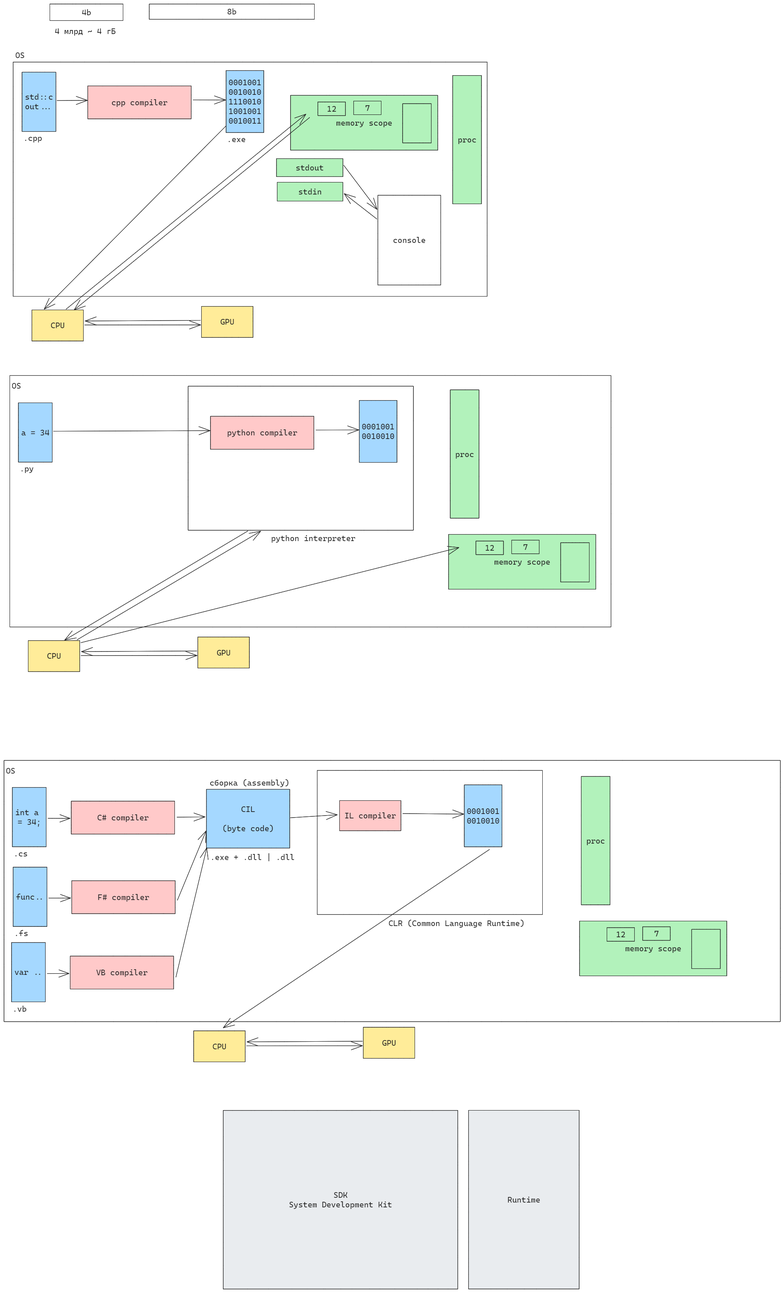
Before: img/00_intro.excalidraw.png, a diagram exported from Excalidraw (silvercodes/p32_dotnet_cs). Source tidied: one line per element, renumbered; positions are measured from the earlier drawing's top-left corner, leaving out a move shared by most shapes.
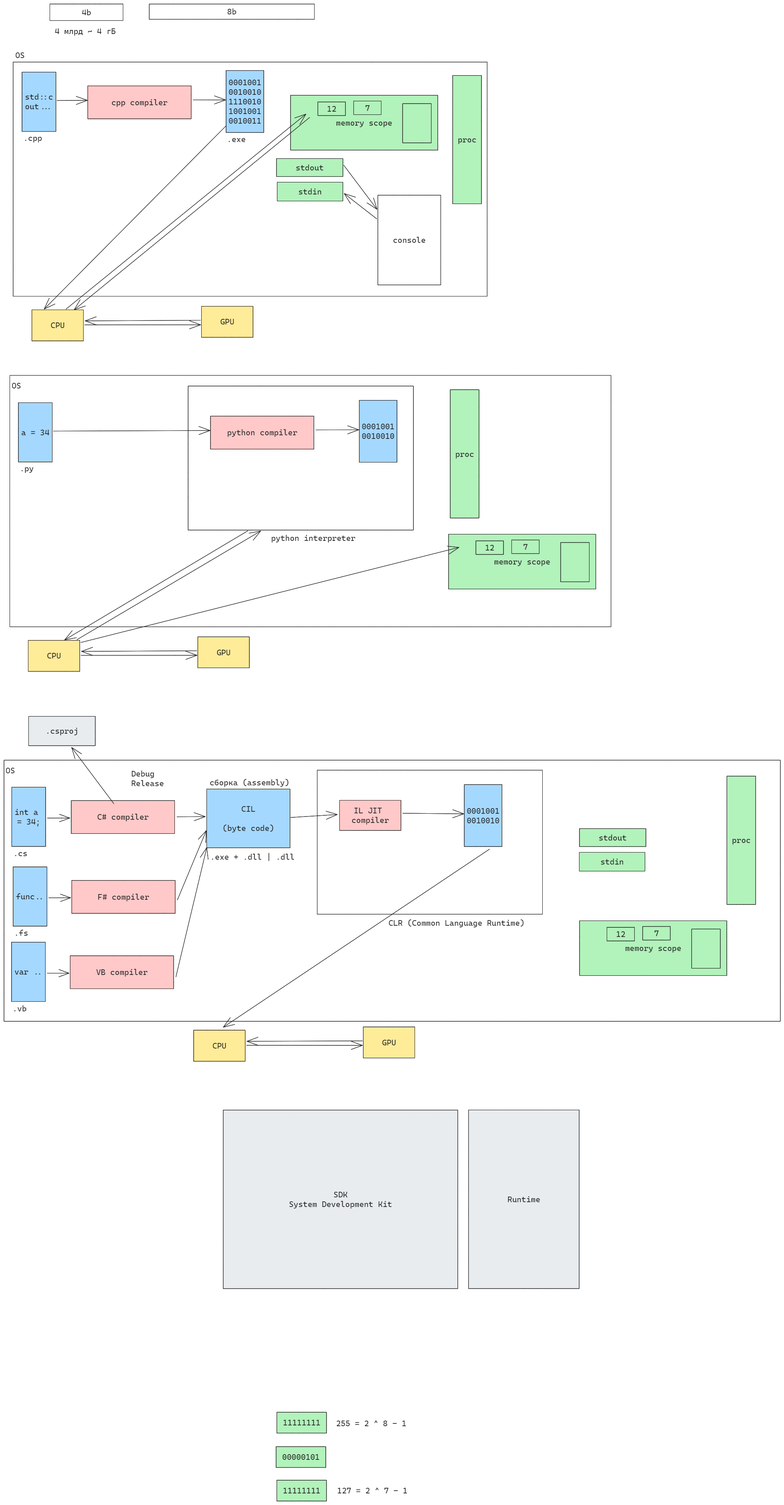
After the commit.

Change to the diagram source:
```diff
@@ -73,31 +73,31 @@
 {"id": 72, "type": "arrow", "strokeColor": "#1e1e1e", "strokeWidth": 1, "roughness": 0, "endArrowhead": "arrow", "from": 54, "to": 69, "x": 182, "y": 1589, "width": 459, "height": 272, "points": [[0, 0], [459, -272]]}
 {"id": 73, "type": "arrow", "strokeColor": "#1e1e1e", "strokeWidth": 1, "roughness": 0, "endArrowhead": "arrow", "from": 54, "x": 192, "y": 1596, "width": 945, "height": 238, "points": [[0, 0], [945, -238]]}
 {"id": 74, "type": "rectangle", "strokeColor": "#1e1e1e", "strokeWidth": 1, "roughness": 0, "x": 0, "y": 1890, "width": 1940, "height": 653}
-{"id": 75, "type": "text", "text": "OS", "strokeColor": "#1e1e1e", "strokeWidth": 1, "roughness": 0, "fontSize": 20, "fontFamily": 3, "x": 5, "y": 1904, "width": 23, "height": 24}
+{"id": 75, "type": "text", "text": "OS", "strokeColor": "#1e1e1e", "strokeWidth": 1, "roughness": 0, "fontSize": 20, "fontFamily": 3, "x": 4, "y": 1904, "width": 23, "height": 24}
-{"id": 76, "type": "rectangle", "strokeColor": "#1e1e1e", "backgroundColor": "#a5d8ff", "fillStyle": "solid", "strokeWidth": 1, "roughness": 0, "x": 21, "y": 1958, "width": 85, "height": 148}
+{"id": 76, "type": "rectangle", "strokeColor": "#1e1e1e", "backgroundColor": "#a5d8ff", "fillStyle": "solid", "strokeWidth": 1, "roughness": 0, "x": 19, "y": 1958, "width": 85, "height": 148}
-{"id": 77, "type": "text", "text": "int a \n= 34;", "strokeColor": "#1e1e1e", "backgroundColor": "#a5d8ff", "fillStyle": "solid", "strokeWidth": 1, "roughness": 0, "fontSize": 20, "fontFamily": 3, "textAlign": "center", "verticalAlign": "middle", "inside": 76, "x": 28, "y": 2008, "width": 70, "height": 48}
+{"id": 77, "type": "text", "text": "int a \n= 34;", "strokeColor": "#1e1e1e", "backgroundColor": "#a5d8ff", "fillStyle": "solid", "strokeWidth": 1, "roughness": 0, "fontSize": 20, "fontFamily": 3, "textAlign": "center", "verticalAlign": "middle", "inside": 76, "x": 27, "y": 2008, "width": 70, "height": 48}
 {"id": 78, "type": "rectangle", "strokeColor": "#1e1e1e", "backgroundColor": "#ffc9c9", "fillStyle": "solid", "strokeWidth": 1, "roughness": 0, "x": 838, "y": 1990, "width": 153, "height": 75}
-{"id": 79, "type": "text", "text": "IL compiler", "strokeColor": "#1e1e1e", "backgroundColor": "#a5d8ff", "fillStyle": "solid", "strokeWidth": 1, "roughness": 0, "fontSize": 20, "fontFamily": 3, "textAlign": "center", "verticalAlign": "middle", "inside": 78, "x": 851, "y": 2016, "width": 129, "height": 24}
+{"id": 79, "type": "text", "text": "IL JIT \ncompiler", "strokeColor": "#1e1e1e", "backgroundColor": "#a5d8ff", "fillStyle": "solid", "strokeWidth": 1, "roughness": 0, "fontSize": 20, "fontFamily": 3, "textAlign": "center", "verticalAlign": "middle", "inside": 78, "x": 868, "y": 2004, "width": 94, "height": 48}
 {"id": 80, "type": "rectangle", "strokeColor": "#1e1e1e", "backgroundColor": "#a5d8ff", "fillStyle": "solid", "strokeWidth": 1, "roughness": 0, "x": 1150, "y": 1951, "width": 94, "height": 155}
 {"id": 81, "type": "text", "text": "0001001\n0010010", "strokeColor": "#1e1e1e", "backgroundColor": "#a5d8ff", "fillStyle": "solid", "strokeWidth": 1, "roughness": 0, "fontSize": 20, "fontFamily": 3, "textAlign": "center", "verticalAlign": "middle", "inside": 80, "x": 1156, "y": 2005, "width": 82, "height": 48}
-{"id": 82, "type": "text", "text": ".cs", "strokeColor": "#1e1e1e", "backgroundColor": "#a5d8ff", "fillStyle": "solid", "strokeWidth": 1, "roughness": 0, "fontSize": 20, "fontFamily": 3, "x": 24, "y": 2111, "width": 35, "height": 24}
+{"id": 82, "type": "text", "text": ".cs", "strokeColor": "#1e1e1e", "backgroundColor": "#a5d8ff", "fillStyle": "solid", "strokeWidth": 1, "roughness": 0, "fontSize": 20, "fontFamily": 3, "x": 23, "y": 2111, "width": 35, "height": 24}
 {"id": 83, "type": "arrow", "strokeColor": "#1e1e1e", "backgroundColor": "#a5d8ff", "fillStyle": "solid", "strokeWidth": 1, "roughness": 0, "endArrowhead": "arrow", "from": 78, "to": 80, "x": 996, "y": 2023, "width": 152, "height": 1, "points": [[0, 0], [152, 1]]}
-{"id": 84, "type": "rectangle", "strokeColor": "#1e1e1e", "backgroundColor": "#ffec99", "fillStyle": "solid", "strokeWidth": 1, "roughness": 0, "x": 474, "y": 2566, "width": 129, "height": 78}
+{"id": 84, "type": "rectangle", "strokeColor": "#1e1e1e", "backgroundColor": "#ffec99", "fillStyle": "solid", "strokeWidth": 1, "roughness": 0, "x": 474, "y": 2565, "width": 129, "height": 78}
-{"id": 85, "type": "text", "text": "CPU", "strokeColor": "#1e1e1e", "backgroundColor": "#ffec99", "fillStyle": "solid", "strokeWidth": 1, "roughness": 0, "fontSize": 20, "fontFamily": 3, "textAlign": "center", "verticalAlign": "middle", "inside": 84, "x": 521, "y": 2593, "width": 35, "height": 24}
+{"id": 85, "type": "text", "text": "CPU", "strokeColor": "#1e1e1e", "backgroundColor": "#ffec99", "fillStyle": "solid", "strokeWidth": 1, "roughness": 0, "fontSize": 20, "fontFamily": 3, "textAlign": "center", "verticalAlign": "middle", "inside": 84, "x": 521, "y": 2592, "width": 35, "height": 24}
 {"id": 86, "type": "rectangle", "strokeColor": "#1e1e1e", "backgroundColor": "#ffec99", "fillStyle": "solid", "strokeWidth": 1, "roughness": 0, "x": 898, "y": 2557, "width": 129, "height": 78}
 {"id": 87, "type": "text", "text": "GPU", "strokeColor": "#1e1e1e", "backgroundColor": "#ffec99", "fillStyle": "solid", "strokeWidth": 1, "roughness": 0, "fontSize": 20, "fontFamily": 3, "textAlign": "center", "verticalAlign": "middle", "inside": 86, "x": 944, "y": 2584, "width": 35, "height": 24}
 {"id": 88, "type": "arrow", "strokeColor": "#1e1e1e", "strokeWidth": 1, "roughness": 0, "endArrowhead": "arrow", "from": 84, "to": 86, "x": 606, "y": 2603, "width": 290, "height": 0, "points": [[0, 0], [290, 0]]}
-{"id": 89, "type": "arrow", "strokeColor": "#1e1e1e", "strokeWidth": 1, "roughness": 0, "endArrowhead": "arrow", "from": 86, "to": 84, "x": 895, "y": 2592, "width": 288, "height": 2, "points": [[0, 0], [-288, 2]]}
+{"id": 89, "type": "arrow", "strokeColor": "#1e1e1e", "strokeWidth": 1, "roughness": 0, "endArrowhead": "arrow", "from": 86, "to": 84, "x": 895, "y": 2592, "width": 288, "height": 1, "points": [[0, 0], [-288, 1]]}
 {"id": 90, "type": "rectangle", "strokeColor": "#1e1e1e", "strokeWidth": 1, "roughness": 0, "x": 783, "y": 1915, "width": 563, "height": 360}
 {"id": 91, "type": "text", "text": "CLR (Common Language Runtime)", "strokeColor": "#1e1e1e", "strokeWidth": 1, "roughness": 0, "fontSize": 20, "fontFamily": 3, "x": 961, "y": 2285, "width": 340, "height": 24}
-{"id": 92, "type": "rectangle", "strokeColor": "#1e1e1e", "backgroundColor": "#ffc9c9", "fillStyle": "solid", "strokeWidth": 1, "roughness": 0, "x": 168, "y": 1992, "width": 258, "height": 82}
+{"id": 92, "type": "rectangle", "strokeColor": "#1e1e1e", "backgroundColor": "#ffc9c9", "fillStyle": "solid", "strokeWidth": 1, "roughness": 0, "x": 168, "y": 1991, "width": 258, "height": 82}
-{"id": 93, "type": "text", "text": "C# compiler", "strokeColor": "#1e1e1e", "backgroundColor": "#a5d8ff", "fillStyle": "solid", "strokeWidth": 1, "roughness": 0, "fontSize": 20, "fontFamily": 3, "textAlign": "center", "verticalAlign": "middle", "inside": 92, "x": 233, "y": 2021, "width": 129, "height": 24}
+{"id": 93, "type": "text", "text": "C# compiler", "strokeColor": "#1e1e1e", "backgroundColor": "#a5d8ff", "fillStyle": "solid", "strokeWidth": 1, "roughness": 0, "fontSize": 20, "fontFamily": 3, "textAlign": "center", "verticalAlign": "middle", "inside": 92, "x": 233, "y": 2020, "width": 129, "height": 24}
-{"id": 94, "type": "arrow", "strokeColor": "#1e1e1e", "strokeWidth": 1, "roughness": 0, "endArrowhead": "arrow", "from": 76, "to": 92, "x": 110, "y": 2035, "width": 55, "height": 0, "points": [[0, 0], [55, 0]]}
+{"id": 94, "type": "arrow", "strokeColor": "#1e1e1e", "strokeWidth": 1, "roughness": 0, "endArrowhead": "arrow", "from": 76, "to": 92, "x": 108, "y": 2035, "width": 56, "height": 0, "points": [[0, 0], [56, 0]]}
 {"id": 95, "type": "rectangle", "strokeColor": "#1e1e1e", "backgroundColor": "#a5d8ff", "fillStyle": "solid", "strokeWidth": 1, "roughness": 0, "x": 506, "y": 1962, "width": 208, "height": 147}
-{"id": 96, "type": "text", "text": "CIL\n\n(byte code)", "strokeColor": "#1e1e1e", "backgroundColor": "#a5d8ff", "fillStyle": "solid", "strokeWidth": 1, "roughness": 0, "fontSize": 20, "fontFamily": 3, "textAlign": "center", "verticalAlign": "middle", "inside": 95, "x": 545, "y": 2000, "width": 129, "height": 72}
+{"id": 96, "type": "text", "text": "CIL\n\n(byte code)", "strokeColor": "#1e1e1e", "backgroundColor": "#a5d8ff", "fillStyle": "solid", "strokeWidth": 1, "roughness": 0, "fontSize": 20, "fontFamily": 3, "textAlign": "center", "verticalAlign": "middle", "inside": 95, "x": 546, "y": 2000, "width": 129, "height": 72}
-{"id": 97, "type": "arrow", "strokeColor": "#1e1e1e", "strokeWidth": 1, "roughness": 0, "endArrowhead": "arrow", "from": 92, "to": 95, "x": 432, "y": 2032, "width": 70, "height": 1, "points": [[0, 0], [70, -1]]}
+{"id": 97, "type": "arrow", "strokeColor": "#1e1e1e", "strokeWidth": 1, "roughness": 0, "endArrowhead": "arrow", "from": 92, "to": 95, "x": 432, "y": 2032, "width": 71, "height": 1, "points": [[0, 0], [71, -1]]}
-{"id": 98, "type": "arrow", "strokeColor": "#1e1e1e", "strokeWidth": 1, "roughness": 0, "endArrowhead": "arrow", "from": 95, "to": 78, "x": 715, "y": 2033, "width": 118, "height": 7, "points": [[0, 0], [118, -7]]}
+{"id": 98, "type": "arrow", "strokeColor": "#1e1e1e", "strokeWidth": 1, "roughness": 0, "endArrowhead": "arrow", "from": 95, "to": 78, "x": 716, "y": 2033, "width": 117, "height": 7, "points": [[0, 0], [117, -7]]}
-{"id": 99, "type": "arrow", "strokeColor": "#1e1e1e", "strokeWidth": 1, "roughness": 0, "endArrowhead": "arrow", "from": 80, "to": 84, "x": 1213, "y": 2112, "width": 666, "height": 446, "points": [[0, 0], [-666, 446]]}
+{"id": 99, "type": "arrow", "strokeColor": "#1e1e1e", "strokeWidth": 1, "roughness": 0, "endArrowhead": "arrow", "from": 80, "to": 84, "x": 1213, "y": 2112, "width": 665, "height": 445, "points": [[0, 0], [-665, 445]]}
 {"id": 100, "type": "rectangle", "strokeColor": "#1e1e1e", "backgroundColor": "#a5d8ff", "fillStyle": "solid", "strokeWidth": 1, "roughness": 0, "x": 23, "y": 2157, "width": 85, "height": 148}
 {"id": 101, "type": "text", "text": "func..", "strokeColor": "#1e1e1e", "backgroundColor": "#a5d8ff", "fillStyle": "solid", "strokeWidth": 1, "roughness": 0, "fontSize": 20, "fontFamily": 3, "textAlign": "center", "verticalAlign": "middle", "inside": 100, "x": 30, "y": 2219, "width": 70, "height": 24}
 {"id": 102, "type": "text", "text": ".fs", "strokeColor": "#1e1e1e", "backgroundColor": "#a5d8ff", "fillStyle": "solid", "strokeWidth": 1, "roughness": 0, "fontSize": 20, "fontFamily": 3, "x": 25, "y": 2310, "width": 35, "height": 24}
@@ -112,8 +112,8 @@
 {"id": 111, "type": "text", "text": "VB compiler", "strokeColor": "#1e1e1e", "backgroundColor": "#a5d8ff", "fillStyle": "solid", "strokeWidth": 1, "roughness": 0, "fontSize": 20, "fontFamily": 3, "textAlign": "center", "verticalAlign": "middle", "inside": 110, "x": 230, "y": 2408, "width": 129, "height": 24}
 {"id": 112, "type": "arrow", "strokeColor": "#1e1e1e", "strokeWidth": 1, "roughness": 0, "endArrowhead": "arrow", "from": 107, "to": 110, "x": 108, "y": 2423, "width": 55, "height": 0, "points": [[0, 0], [55, 0]]}
 {"id": 113, "type": "arrow", "strokeColor": "#1e1e1e", "strokeWidth": 1, "roughness": 0, "endArrowhead": "arrow", "from": 110, "to": 128, "x": 429, "y": 2432, "width": 77, "height": 324, "points": [[0, 0], [77, -324]]}
-{"id": 114, "type": "rectangle", "strokeColor": "#1e1e1e", "backgroundColor": "#b2f2bb", "fillStyle": "solid", "strokeWidth": 1, "roughness": 0, "x": 1442, "y": 1930, "width": 72, "height": 321}
+{"id": 114, "type": "rectangle", "strokeColor": "#1e1e1e", "backgroundColor": "#b2f2bb", "fillStyle": "solid", "strokeWidth": 1, "roughness": 0, "x": 1806, "y": 1930, "width": 72, "height": 321}
-{"id": 115, "type": "text", "text": "proc", "strokeColor": "#1e1e1e", "backgroundColor": "#b2f2bb", "fillStyle": "solid", "strokeWidth": 1, "roughness": 0, "fontSize": 20, "fontFamily": 3, "textAlign": "center", "verticalAlign": "middle", "inside": 114, "x": 1455, "y": 2079, "width": 47, "height": 24}
+{"id": 115, "type": "text", "text": "proc", "strokeColor": "#1e1e1e", "backgroundColor": "#b2f2bb", "fillStyle": "solid", "strokeWidth": 1, "roughness": 0, "fontSize": 20, "fontFamily": 3, "textAlign": "center", "verticalAlign": "middle", "inside": 114, "x": 1819, "y": 2078, "width": 47, "height": 24}
 {"id": 116, "type": "rectangle", "strokeColor": "#1e1e1e", "backgroundColor": "#b2f2bb", "fillStyle": "solid", "strokeWidth": 1, "roughness": 0, "x": 1438, "y": 2292, "width": 368, "height": 137}
 {"id": 117, "type": "text", "text": "memory scope", "strokeColor": "#1e1e1e", "backgroundColor": "#b2f2bb", "fillStyle": "solid", "strokeWidth": 1, "roughness": 0, "fontSize": 20, "fontFamily": 3, "textAlign": "center", "verticalAlign": "middle", "inside": 116, "x": 1552, "y": 2348, "width": 141, "height": 24}
 {"id": 118, "type": "rectangle", "strokeColor": "#1e1e1e", "backgroundColor": "#b2f2bb", "fillStyle": "solid", "strokeWidth": 1, "roughness": 0, "x": 1507, "y": 2308, "width": 69, "height": 34}
@@ -127,3 +127,19 @@
 {"id": 126, "type": "text", "text": "Runtime", "strokeColor": "#1e1e1e", "backgroundColor": "#e9ecef", "fillStyle": "solid", "strokeWidth": 1, "roughness": 0, "fontSize": 20, "fontFamily": 3, "textAlign": "center", "verticalAlign": "middle", "inside": 125, "x": 1258, "y": 2976, "width": 82, "height": 24}
 {"id": 127, "type": "text", "text": "сборка (assembly)", "strokeColor": "#1e1e1e", "backgroundColor": "#e9ecef", "fillStyle": "solid", "strokeWidth": 1, "roughness": 0, "fontSize": 20, "fontFamily": 3, "x": 514, "y": 1934, "width": 199, "height": 24}
 {"id": 128, "type": "text", "text": ".exe + .dll | .dll", "strokeColor": "#1e1e1e", "backgroundColor": "#e9ecef", "fillStyle": "solid", "strokeWidth": 1, "roughness": 0, "fontSize": 20, "fontFamily": 3, "x": 515, "y": 2120, "width": 211, "height": 24}
+{"id": 129, "type": "rectangle", "strokeColor": "#1e1e1e", "backgroundColor": "#e9ecef", "fillStyle": "solid", "strokeWidth": 1, "roughness": 0, "x": 61, "y": 1781, "width": 167, "height": 73}
+{"id": 130, "type": "text", "text": ".csproj", "strokeColor": "#1e1e1e", "backgroundColor": "#e9ecef", "fillStyle": "solid", "strokeWidth": 1, "roughness": 0, "fontSize": 20, "fontFamily": 3, "textAlign": "center", "verticalAlign": "middle", "inside": 129, "x": 104, "y": 1805, "width": 82, "height": 24}
+{"id": 131, "type": "arrow", "strokeColor": "#1e1e1e", "backgroundColor": "#e9ecef", "fillStyle": "solid", "strokeWidth": 1, "roughness": 0, "endArrowhead": "arrow", "to": 129, "x": 275, "y": 1999, "width": 106, "height": 141, "points": [[0, 0], [-106, -141]]}
+{"id": 132, "type": "text", "text": "Debug\nRelease", "strokeColor": "#1e1e1e", "backgroundColor": "#e9ecef", "fillStyle": "solid", "strokeWidth": 1, "roughness": 0, "fontSize": 20, "fontFamily": 3, "x": 318, "y": 1912, "width": 82, "height": 48}
+{"id": 133, "type": "rectangle", "strokeColor": "#1e1e1e", "backgroundColor": "#b2f2bb", "fillStyle": "solid", "strokeWidth": 1, "roughness": 0, "x": 1438, "y": 2061, "width": 166, "height": 45}
+{"id": 134, "type": "text", "text": "stdout", "strokeColor": "#1e1e1e", "backgroundColor": "#b2f2bb", "fillStyle": "solid", "strokeWidth": 1, "roughness": 0, "fontSize": 20, "fontFamily": 3, "textAlign": "center", "verticalAlign": "middle", "inside": 133, "x": 1486, "y": 2072, "width": 70, "height": 24}
+{"id": 135, "type": "rectangle", "strokeColor": "#1e1e1e", "backgroundColor": "#b2f2bb", "fillStyle": "solid", "strokeWidth": 1, "roughness": 0, "x": 1437, "y": 2120, "width": 164, "height": 47}
+{"id": 136, "type": "text", "text": "stdin", "strokeColor": "#1e1e1e", "backgroundColor": "#b2f2bb", "fillStyle": "solid", "strokeWidth": 1, "roughness": 0, "fontSize": 20, "fontFamily": 3, "textAlign": "center", "verticalAlign": "middle", "inside": 135, "x": 1490, "y": 2132, "width": 59, "height": 24}
+{"id": 137, "type": "rectangle", "strokeColor": "#1e1e1e", "backgroundColor": "#b2f2bb", "fillStyle": "solid", "strokeWidth": 1, "roughness": 0, "x": 682, "y": 3520, "width": 124, "height": 52}
+{"id": 138, "type": "text", "text": "11111111", "strokeColor": "#1e1e1e", "backgroundColor": "#b2f2bb", "fillStyle": "solid", "strokeWidth": 1, "roughness": 0, "fontSize": 20, "fontFamily": 3, "textAlign": "center", "verticalAlign": "middle", "inside": 137, "x": 697, "y": 3534, "width": 94, "height": 24}
+{"id": 139, "type": "text", "text": "255 = 2 ^ 8 - 1", "strokeColor": "#1e1e1e", "backgroundColor": "#b2f2bb", "fillStyle": "solid", "strokeWidth": 1, "roughness": 0, "fontSize": 20, "fontFamily": 3, "x": 830, "y": 3536, "width": 176, "height": 24}
+{"id": 140, "type": "rectangle", "strokeColor": "#1e1e1e", "backgroundColor": "#b2f2bb", "fillStyle": "solid", "strokeWidth": 1, "roughness": 0, "x": 680, "y": 3606, "width": 124, "height": 52}
+{"id": 141, "type": "text", "text": "00000101", "strokeColor": "#1e1e1e", "backgroundColor": "#b2f2bb", "fillStyle": "solid", "strokeWidth": 1, "roughness": 0, "fontSize": 20, "fontFamily": 3, "textAlign": "center", "verticalAlign": "middle", "inside": 140, "x": 695, "y": 3620, "width": 94, "height": 24}
+{"id": 142, "type": "rectangle", "strokeColor": "#1e1e1e", "backgroundColor": "#b2f2bb", "fillStyle": "solid", "strokeWidth": 1, "roughness": 0, "x": 682, "y": 3690, "width": 124, "height": 52}
+{"id": 143, "type": "text", "text": "11111111", "strokeColor": "#1e1e1e", "backgroundColor": "#b2f2bb", "fillStyle": "solid", "strokeWidth": 1, "roughness": 0, "fontSize": 20, "fontFamily": 3, "textAlign": "center", "verticalAlign": "middle", "inside": 142, "x": 697, "y": 3704, "width": 94, "height": 24}
+{"id": 144, "type": "text", "text": "127 = 2 ^ 7 - 1", "strokeColor": "#1e1e1e", "backgroundColor": "#b2f2bb", "fillStyle": "solid", "strokeWidth": 1, "roughness": 0, "fontSize": 20, "fontFamily": 3, "x": 832, "y": 3704, "width": 176, "height": 24}
```
